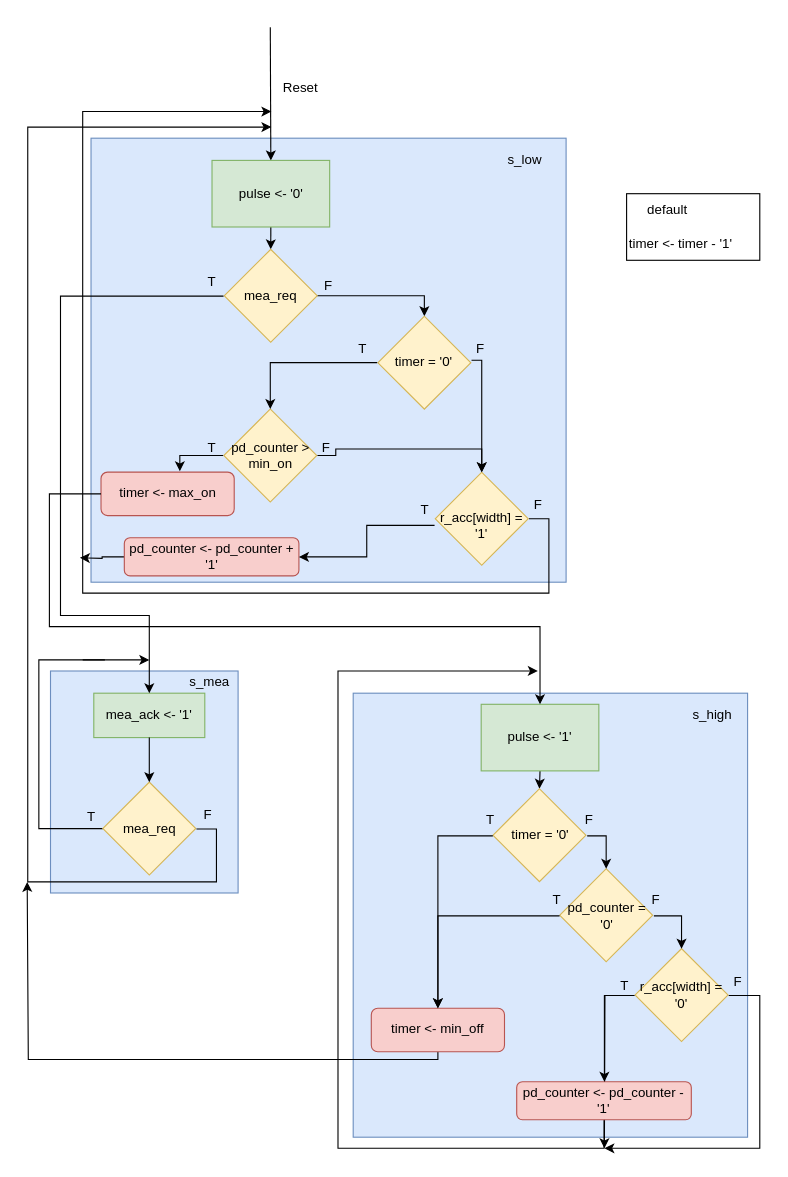
jrundht/IN3160 keeps this draw.io diagram as Oblig7/pdm_asmd.drawio. Above is the earlier version. Source tidied: cells renumbered, new cells numbered last; positions are measured from the earlier drawing's top-left corner, leaving out a move shared by most shapes. Both pictures are drawn from the tidied source at 111%, with x=0, y=0 at pixel (27, 27).
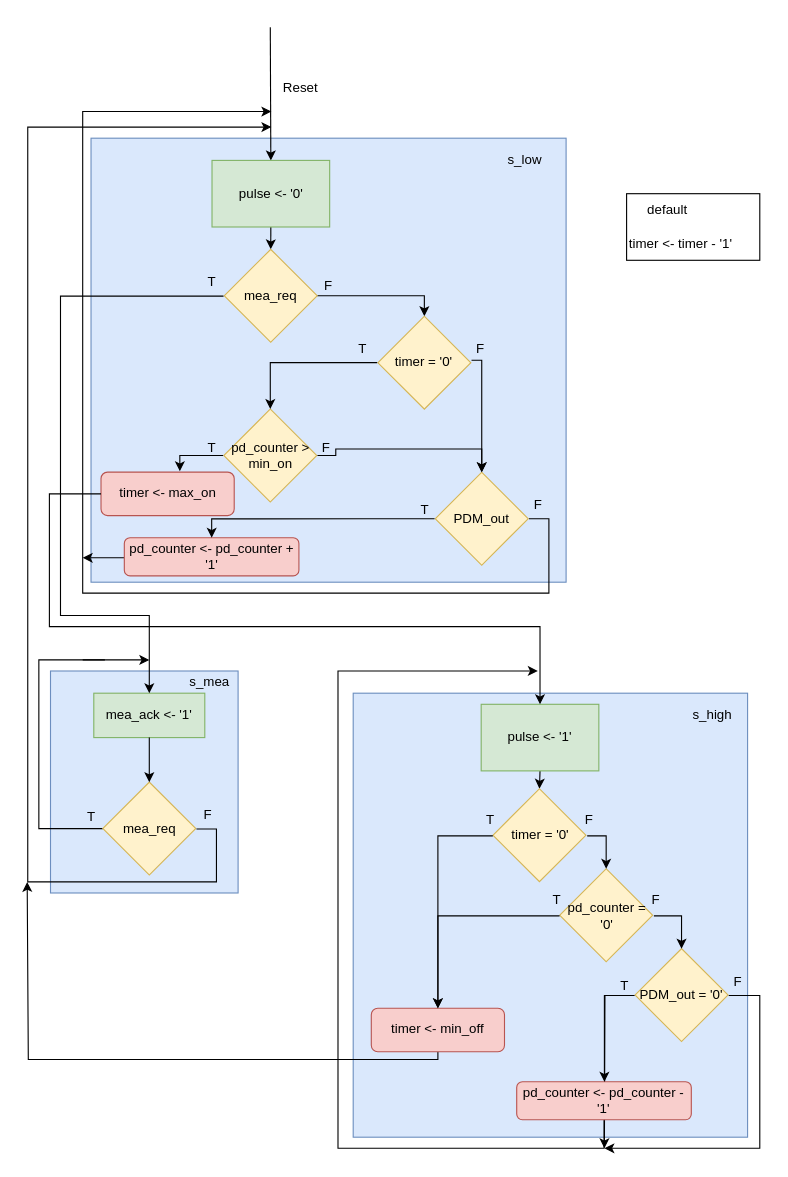
Above is the later version.

The change refers to these unchanged cells:
```xml
<mxCell id="15" style="group;" parent="14" vertex="1">
  <mxGeometry x="17" width="85" height="84.4" as="geometry" />
</mxCell>
<mxCell id="22" value="pd_counter &amp;lt;- pd_counter + '1'" style="rounded=1;whiteSpace=wrap;html=1;fillColor=#f8cecc;strokeColor=#b85450;" parent="1" vertex="1">
  <mxGeometry x="87.5" y="460" width="157.3" height="34.3" as="geometry" />
</mxCell>
<mxCell id="44" style="group;" parent="43" vertex="1">
  <mxGeometry x="17" width="85" height="84.4" as="geometry" />
</mxCell>
```

What changed in the source:
```diff
@@
-    <mxCell id="18" value="r_acc[width] = '1'" style="text;html=1;align=center;verticalAlign=middle;whiteSpace=wrap;rounded=0;" parent="15" vertex="1">
-      <mxGeometry y="35.1" width="85" height="25.7" as="geometry" />
+    <mxCell id="18" value="PDM_out" style="text;html=1;align=center;verticalAlign=middle;whiteSpace=wrap;rounded=0;" parent="15" vertex="1">
+      <mxGeometry y="29.1" width="85" height="25.7" as="geometry" />
     </mxCell>
@@
     <mxCell id="21" style="edgeStyle=orthogonalEdgeStyle;rounded=0;jettySize=auto;html=1;" parent="1" edge="1" source="22">
       <mxGeometry relative="1" as="geometry">
-        <mxPoint x="47.5" y="478" as="targetPoint" />
+        <mxPoint x="50" y="478" as="targetPoint" />
+        <Array as="points">
+          <mxPoint x="68" y="477" />
+          <mxPoint x="48" y="477" />
+        </Array>
       </mxGeometry>
     </mxCell>
@@
     <mxCell id="23" style="edgeStyle=orthogonalEdgeStyle;rounded=0;jettySize=auto;html=1;" parent="1" edge="1" source="18" target="22">
-      <mxGeometry relative="1" as="geometry" />
+      <mxGeometry relative="1" as="geometry">
+        <Array as="points">
+          <mxPoint x="306" y="443" />
+          <mxPoint x="166" y="443" />
+        </Array>
+      </mxGeometry>
     </mxCell>
@@
-    <mxCell id="48" value="r_acc[width] = '0'" style="text;html=1;align=center;verticalAlign=middle;whiteSpace=wrap;rounded=0;" parent="44" vertex="1">
+    <mxCell id="48" value="PDM_out = '0'" style="text;html=1;align=center;verticalAlign=middle;whiteSpace=wrap;rounded=0;" parent="44" vertex="1">
       <mxGeometry y="29.4" width="85" height="25.7" as="geometry" />
     </mxCell>
```
